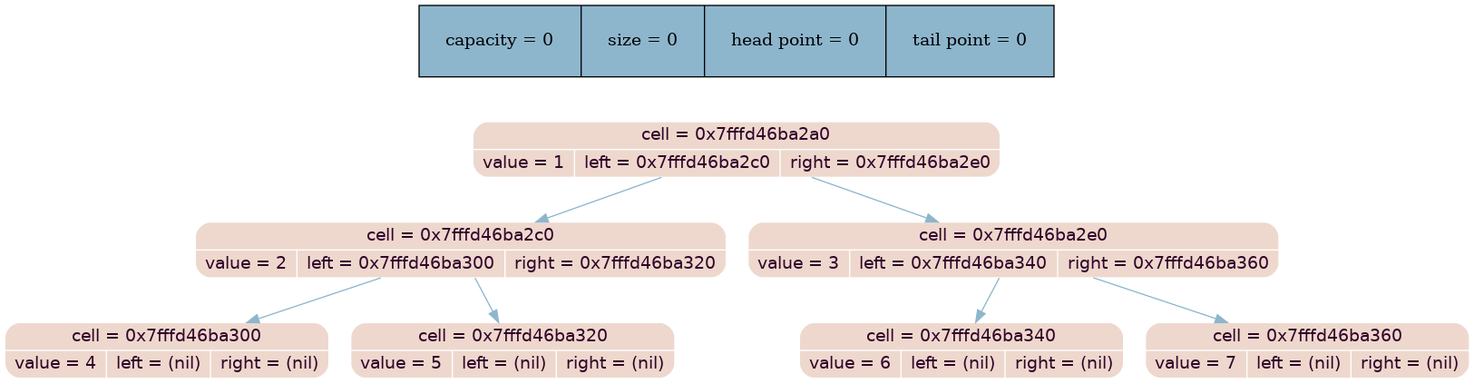
This is dump_info/tree_dump.png from MaxGroshev/tree, a Graphviz export, as it was before one commit. Its source is kept beside it as dump_info/tree_dump.dot.
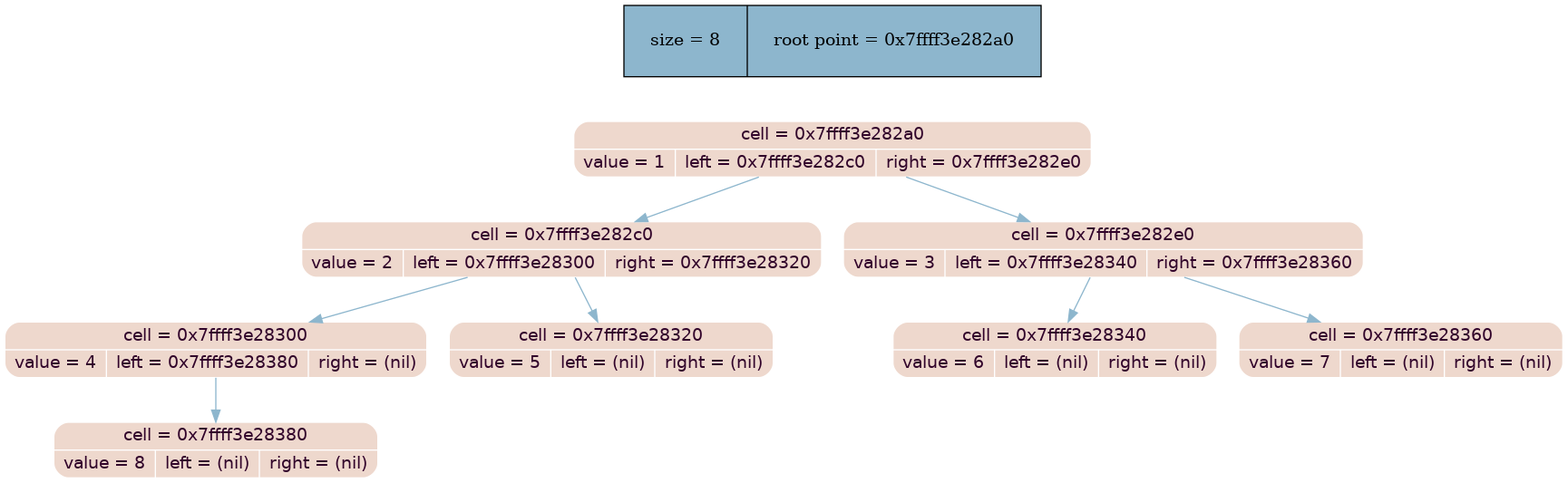
Later version of the same file.

Change to the diagram source:
```diff
@@ -1,22 +1,24 @@
 digraph
 {
 rankdir = ""
-splines = "(null)"
+splines = "true"
 
-node_stat [margin = "0.3*0.3", style = "filled", shape = "record", fillcolor = "#8DB6CD" label = "capacity = 0 | size = 0 | head point = 0 | tail point = 0"]
+node_stat [margin = "0.3*0.3", style = "filled", shape = "record", fillcolor = "#8DB6CD" label = " size = 8 | root point = 0x4a4c040"]
 {rank = source; node_stat}
 
-node0x7fffd46ba2a0 [shape = "Mrecord", fillcolor = "#eed8cd", style = "filled", fontcolor = "#31032A", fontname = "Calibri", color = "white", label = "{cell = 0x7fffd46ba2a0\n | {value = 1 |left = 0x7fffd46ba2c0 |right = 0x7fffd46ba2e0}}"]
-node0x7fffd46ba2a0 -> node0x7fffd46ba2c0 [color = "#8DB6CD", style = "", constraint = true, fillcolor = "#8DB6CD",   fontcolor = "", fontname = "Calibri", label = ""];
-node0x7fffd46ba2c0 [shape = "Mrecord", fillcolor = "#eed8cd", style = "filled", fontcolor = "#31032A", fontname = "Calibri", color = "white", label = "{cell = 0x7fffd46ba2c0\n | {value = 2 |left = 0x7fffd46ba300 |right = 0x7fffd46ba320}}"]
-node0x7fffd46ba2c0 -> node0x7fffd46ba300 [color = "#8DB6CD", style = "", constraint = true, fillcolor = "#8DB6CD",   fontcolor = "", fontname = "Calibri", label = ""];
-node0x7fffd46ba300 [shape = "Mrecord", fillcolor = "#eed8cd", style = "filled", fontcolor = "#31032A", fontname = "Calibri", color = "white", label = "{cell = 0x7fffd46ba300\n | {value = 4 |left = (nil) |right = (nil)}}"]
-node0x7fffd46ba2c0 -> node0x7fffd46ba320 [color = "#8DB6CD", style = "", constraint = true, fillcolor = "#8DB6CD",   fontcolor = "", fontname = "Calibri", label = ""];
-node0x7fffd46ba320 [shape = "Mrecord", fillcolor = "#eed8cd", style = "filled", fontcolor = "#31032A", fontname = "Calibri", color = "white", label = "{cell = 0x7fffd46ba320\n | {value = 5 |left = (nil) |right = (nil)}}"]
-node0x7fffd46ba2a0 -> node0x7fffd46ba2e0 [color = "#8DB6CD", style = "", constraint = true, fillcolor = "#8DB6CD",   fontcolor = "", fontname = "Calibri", label = ""];
-node0x7fffd46ba2e0 [shape = "Mrecord", fillcolor = "#eed8cd", style = "filled", fontcolor = "#31032A", fontname = "Calibri", color = "white", label = "{cell = 0x7fffd46ba2e0\n | {value = 3 |left = 0x7fffd46ba340 |right = 0x7fffd46ba360}}"]
-node0x7fffd46ba2e0 -> node0x7fffd46ba340 [color = "#8DB6CD", style = "", constraint = true, fillcolor = "#8DB6CD",   fontcolor = "", fontname = "Calibri", label = ""];
-node0x7fffd46ba340 [shape = "Mrecord", fillcolor = "#eed8cd", style = "filled", fontcolor = "#31032A", fontname = "Calibri", color = "white", label = "{cell = 0x7fffd46ba340\n | {value = 6 |left = (nil) |right = (nil)}}"]
-node0x7fffd46ba2e0 -> node0x7fffd46ba360 [color = "#8DB6CD", style = "", constraint = true, fillcolor = "#8DB6CD",   fontcolor = "", fontname = "Calibri", label = ""];
-node0x7fffd46ba360 [shape = "Mrecord", fillcolor = "#eed8cd", style = "filled", fontcolor = "#31032A", fontname = "Calibri", color = "white", label = "{cell = 0x7fffd46ba360\n | {value = 7 |left = (nil) |right = (nil)}}"]
+node0x4a4c040 [shape = "Mrecord", fillcolor = "#eed8cd", style = "filled", fontcolor = "#31032A", fontname = "Calibri", color = "white", label = "{cell = 0x4a4c040\n | {value = 1 |left = 0x4a4c0a0 |right = 0x4a4c100}}"]
+node0x4a4c040 -> node0x4a4c0a0 [color = "#8DB6CD", style = "", constraint = true, fillcolor = "#8DB6CD",   fontcolor = "", fontname = "Calibri", label = ""];
+node0x4a4c0a0 [shape = "Mrecord", fillcolor = "#eed8cd", style = "filled", fontcolor = "#31032A", fontname = "Calibri", color = "white", label = "{cell = 0x4a4c0a0\n | {value = 2 |left = 0x4a4c160 |right = 0x4a4c1c0}}"]
+node0x4a4c0a0 -> node0x4a4c160 [color = "#8DB6CD", style = "", constraint = true, fillcolor = "#8DB6CD",   fontcolor = "", fontname = "Calibri", label = ""];
+node0x4a4c160 [shape = "Mrecord", fillcolor = "#eed8cd", style = "filled", fontcolor = "#31032A", fontname = "Calibri", color = "white", label = "{cell = 0x4a4c160\n | {value = 4 |left = 0x4a4c2e0 |right = (nil)}}"]
+node0x4a4c160 -> node0x4a4c2e0 [color = "#8DB6CD", style = "", constraint = true, fillcolor = "#8DB6CD",   fontcolor = "", fontname = "Calibri", label = ""];
+node0x4a4c2e0 [shape = "Mrecord", fillcolor = "#eed8cd", style = "filled", fontcolor = "#31032A", fontname = "Calibri", color = "white", label = "{cell = 0x4a4c2e0\n | {value = 8 |left = (nil) |right = (nil)}}"]
+node0x4a4c0a0 -> node0x4a4c1c0 [color = "#8DB6CD", style = "", constraint = true, fillcolor = "#8DB6CD",   fontcolor = "", fontname = "Calibri", label = ""];
+node0x4a4c1c0 [shape = "Mrecord", fillcolor = "#eed8cd", style = "filled", fontcolor = "#31032A", fontname = "Calibri", color = "white", label = "{cell = 0x4a4c1c0\n | {value = 5 |left = (nil) |right = (nil)}}"]
+node0x4a4c040 -> node0x4a4c100 [color = "#8DB6CD", style = "", constraint = true, fillcolor = "#8DB6CD",   fontcolor = "", fontname = "Calibri", label = ""];
+node0x4a4c100 [shape = "Mrecord", fillcolor = "#eed8cd", style = "filled", fontcolor = "#31032A", fontname = "Calibri", color = "white", label = "{cell = 0x4a4c100\n | {value = 3 |left = 0x4a4c220 |right = 0x4a4c280}}"]
+node0x4a4c100 -> node0x4a4c220 [color = "#8DB6CD", style = "", constraint = true, fillcolor = "#8DB6CD",   fontcolor = "", fontname = "Calibri", label = ""];
+node0x4a4c220 [shape = "Mrecord", fillcolor = "#eed8cd", style = "filled", fontcolor = "#31032A", fontname = "Calibri", color = "white", label = "{cell = 0x4a4c220\n | {value = 6 |left = (nil) |right = (nil)}}"]
+node0x4a4c100 -> node0x4a4c280 [color = "#8DB6CD", style = "", constraint = true, fillcolor = "#8DB6CD",   fontcolor = "", fontname = "Calibri", label = ""];
+node0x4a4c280 [shape = "Mrecord", fillcolor = "#eed8cd", style = "filled", fontcolor = "#31032A", fontname = "Calibri", color = "white", label = "{cell = 0x4a4c280\n | {value = 7 |left = (nil) |right = (nil)}}"]
 }
```
